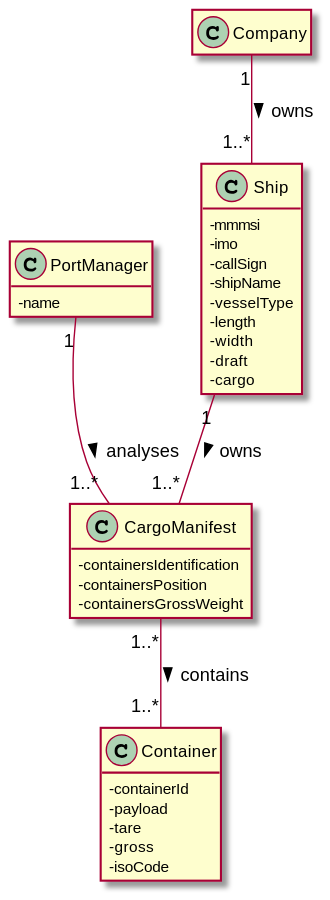
Earlier version of the PlantUML export docs/US208/US_208_DM.svg (ana-albergaria/LAPR3-ISEP). Its diagram source:
```plantuml
@startuml
hide empty methods
hide empty attributes
skinparam classAttributeIconSize 0

class PortManager{
    -name
}

class Company{}

class Ship {
    -mmmsi
    -imo
    -callSign
    -shipName
    -vesselType
    -length
    -width
    -draft
    -cargo
}

class CargoManifest{
    -containersIdentification
    -containersPosition
    -containersGrossWeight
}

class Container{
    -containerId
    -payload
    -tare
    -gross
    -isoCode
}

PortManager "1" -- "1..*" CargoManifest : analyses >
Company "1" -- "1..*" Ship : owns >
Ship "1" -- "1..*" CargoManifest : owns >
CargoManifest "1..*" -- "1..*" Container : contains >

@enduml
```
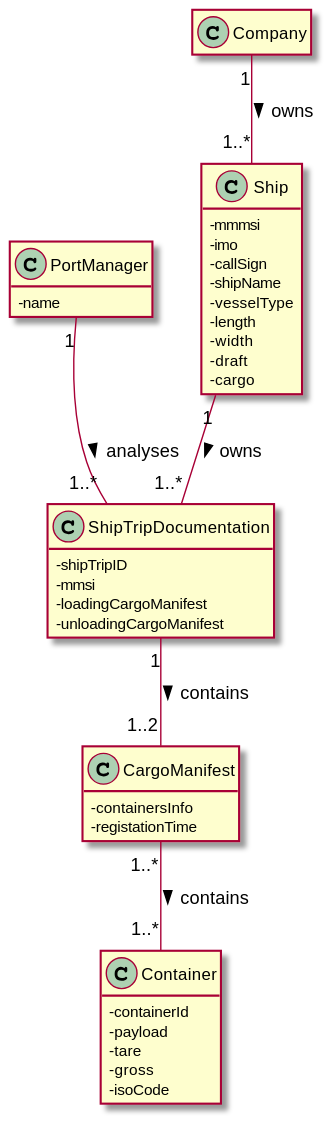
The same diagram one commit later.

The edit, as a diff of the source:
```diff
@@ -22,9 +22,15 @@
 }
 
 class CargoManifest{
-    -containersIdentification
-    -containersPosition
-    -containersGrossWeight
+    -containersInfo
+    -registationTime
+}
+
+class ShipTripDocumentation{
+    -shipTripID
+    -mmsi
+    -loadingCargoManifest
+    -unloadingCargoManifest
 }
 
 class Container{
@@ -35,9 +41,10 @@
     -isoCode
 }
 
-PortManager "1" -- "1..*" CargoManifest : analyses >
+PortManager "1" -- "1..*" ShipTripDocumentation : analyses >
 Company "1" -- "1..*" Ship : owns >
-Ship "1" -- "1..*" CargoManifest : owns >
+Ship "1" -- "1..*" ShipTripDocumentation : owns >
 CargoManifest "1..*" -- "1..*" Container : contains >
+ShipTripDocumentation "1" -- "1..2" CargoManifest : contains >
 
 @enduml
```
